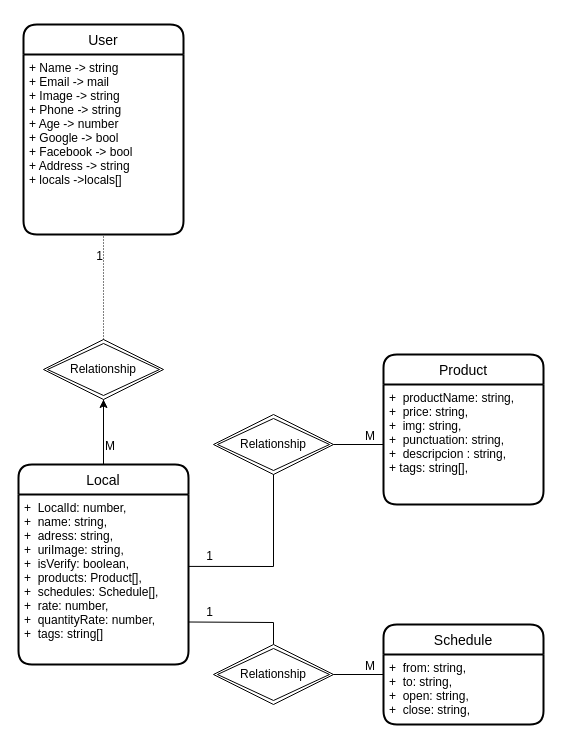
The draw.io diagram page "Database" (1 of 5) of Documentation/Database.drawio in VictorVMHC/Located.API, before the edit. Source tidied: cells renumbered, new cells numbered last; positions are measured from the earlier drawing's top-left corner, leaving out a move shared by most shapes. Both pictures are drawn from the tidied source at 100%, with x=0, y=0 at pixel (18, 24).
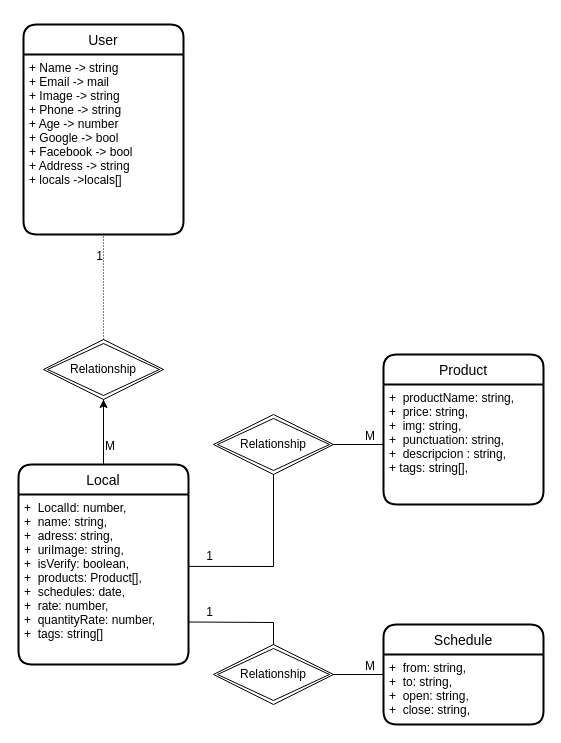
The same page after the edit.

Unchanged cells that the change refers to:
```xml
<mxCell id="6" value="Local" style="swimlane;horizontal=1;startSize=30;rounded=1;fontSize=14;fontStyle=0;strokeWidth=2;shadow=0;dashed=0;align=center;" parent="1" vertex="1">
  <mxGeometry y="440" width="170" height="200" as="geometry" />
</mxCell>
```

The edit, as a diff of the source:
```diff
@@
-    <mxCell id="7" value="+  LocalId: number,&#10;+  name: string,&#10;+  adress: string,&#10;+  uriImage: string,&#10;+  isVerify: boolean,&#10;+  products: Product[],&#10;+  schedules: Schedule[],&#10;+  rate: number,&#10;+  quantityRate: number,&#10;+  tags: string[]" style="align=left;strokeColor=none;fillColor=none;spacingLeft=4;fontSize=12;verticalAlign=top;" parent="6" vertex="1">
+    <mxCell id="7" value="+  LocalId: number,&#10;+  name: string,&#10;+  adress: string,&#10;+  uriImage: string,&#10;+  isVerify: boolean,&#10;+  products: Product[],&#10;+  schedules: date,&#10;+  rate: number,&#10;+  quantityRate: number,&#10;+  tags: string[]" style="align=left;strokeColor=none;fillColor=none;spacingLeft=4;fontSize=12;verticalAlign=top;" parent="6" vertex="1">
       <mxGeometry y="30" width="170" height="170" as="geometry" />
     </mxCell>
```
